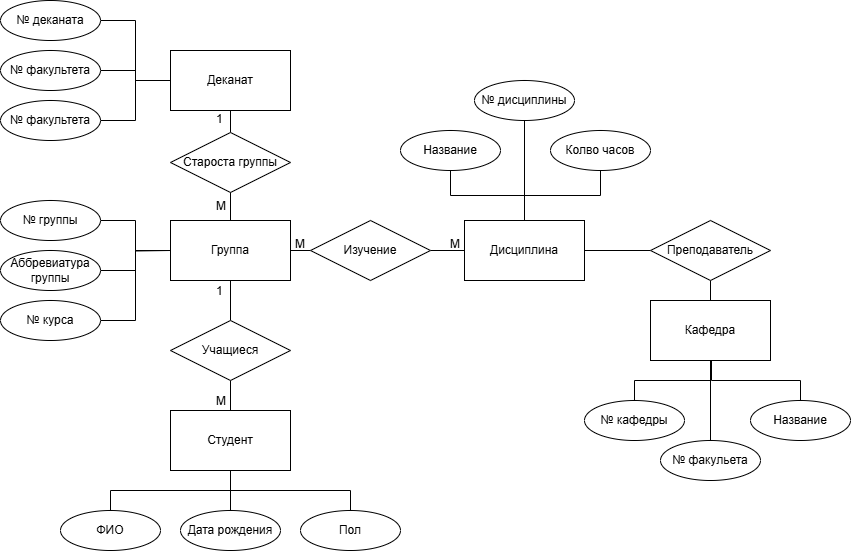
The draw.io diagram Dataset.drawio.png in ksinph/PSTU_LABS_2023, before a commit. Source tidied: cells renumbered, new cells last; positions are measured from the earlier drawing's top-left corner, leaving out a move shared by most shapes.
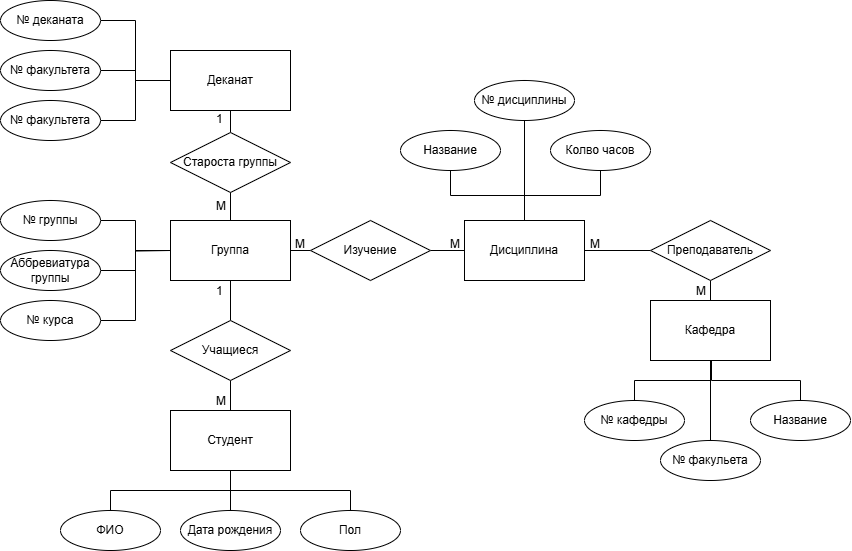
After the change.

The edit, as a diff of the source:
```diff
@@ -175,5 +175,11 @@
     <mxCell id="54" value="M" style="text;strokeColor=none;fillColor=none;spacingLeft=4;spacingRight=4;overflow=hidden;fontSize=12;whiteSpace=wrap;html=1;" parent="1" vertex="1">
       <mxGeometry x="444" y="230" width="40" height="30" as="geometry" />
     </mxCell>
+    <mxCell id="55" value="M" style="text;strokeColor=none;fillColor=none;spacingLeft=4;spacingRight=4;overflow=hidden;fontSize=12;whiteSpace=wrap;html=1;" parent="1" vertex="1">
+      <mxGeometry x="584" y="230" width="40" height="30" as="geometry" />
+    </mxCell>
+    <mxCell id="56" value="M" style="text;strokeColor=none;fillColor=none;spacingLeft=4;spacingRight=4;overflow=hidden;fontSize=12;whiteSpace=wrap;html=1;" parent="1" vertex="1">
+      <mxGeometry x="690" y="277" width="40" height="30" as="geometry" />
+    </mxCell>
   </root>
 </mxGraphModel>
```
